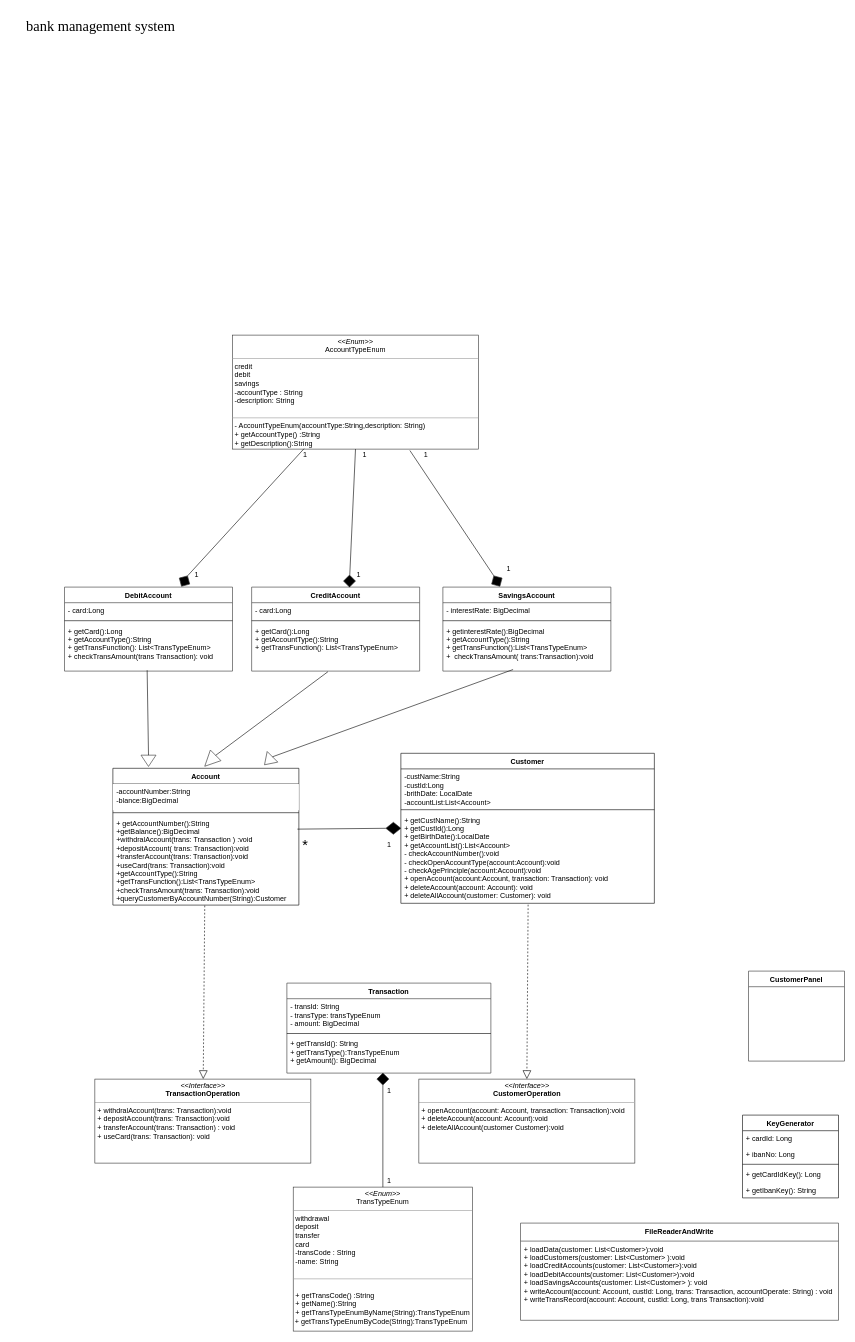
lupstar/xpan keeps this draw.io diagram as 草图2.drawio. Above is the earlier version. Source tidied: cells renumbered, new cells numbered last; positions are measured from the earlier drawing's top-left corner, leaving out a move shared by most shapes. Both pictures are drawn from the tidied source at 60%, with x=0, y=0 at pixel (22, 11).
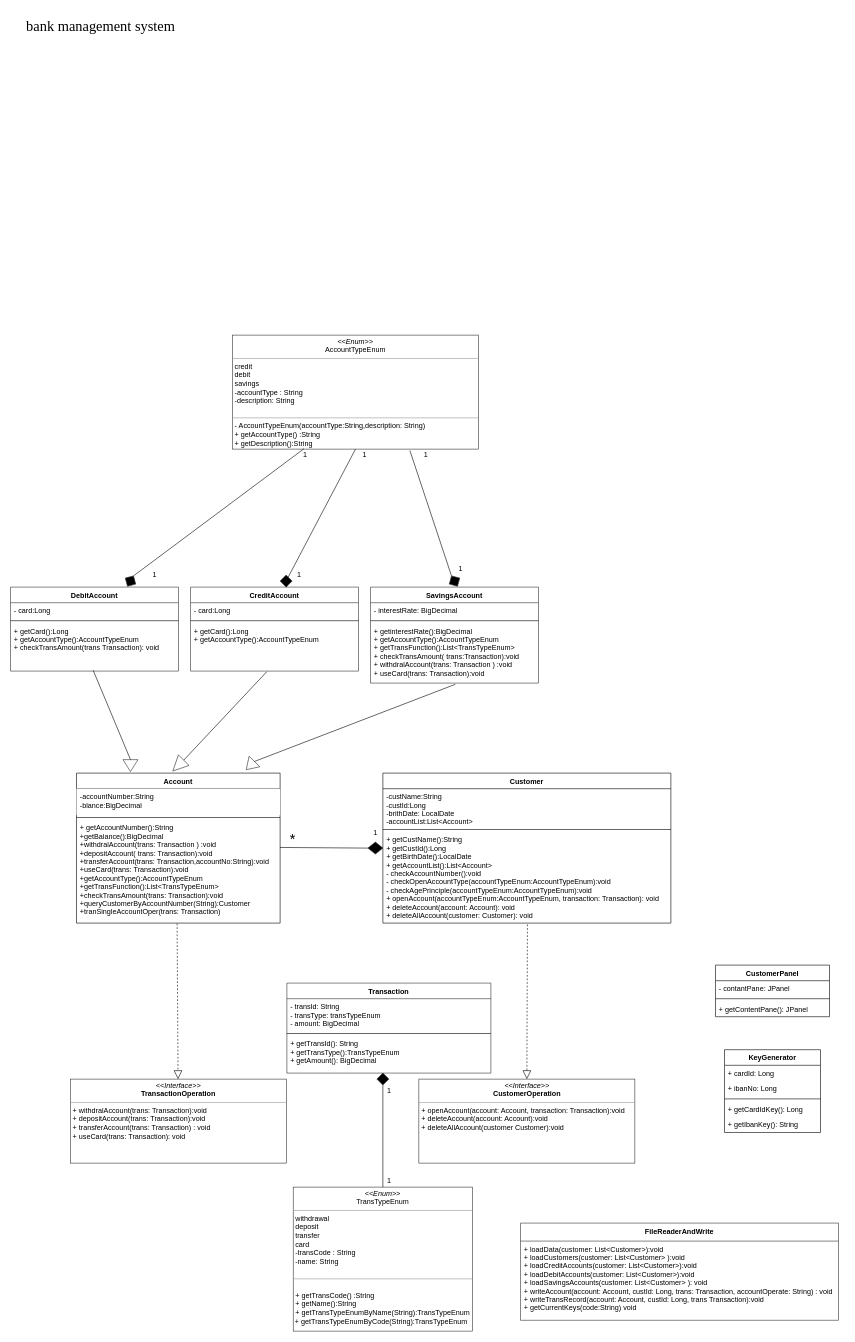
The same page after the edit.

Unchanged cells that the change refers to:
```xml
<mxCell id="60" value="FileReaderAndWrite" style="swimlane;fontStyle=1;align=center;verticalAlign=top;horizontal=1;startSize=30;strokeColor=#333333;fillColor=#FFFFFF;" parent="1" vertex="1">
  <mxGeometry x="830" y="2020" width="530" height="162" as="geometry" />
</mxCell>
```

Diff of the diagram source:
```diff
@@
     <mxCell id="3" value="Account" style="swimlane;fontStyle=1;align=center;verticalAlign=top;horizontal=1;startSize=26;" parent="1" vertex="1">
-      <mxGeometry x="150.6" y="1262" width="310" height="228" as="geometry" />
+      <mxGeometry x="90" y="1270" width="339.4" height="250" as="geometry" />
     </mxCell>
     <mxCell id="4" value="-accountNumber:String&#10;-blance:BigDecimal" style="text;strokeColor=none;fillColor=#FFFFFF;align=left;verticalAlign=top;spacingLeft=4;spacingRight=4;overflow=hidden;" parent="3" vertex="1">
-      <mxGeometry y="26" width="310" height="44" as="geometry" />
+      <mxGeometry y="26" width="339.4" height="44" as="geometry" />
     </mxCell>
     <mxCell id="5" style="line;strokeWidth=1;fillColor=none;align=left;verticalAlign=middle;spacingTop=-1;spacingLeft=3;spacingRight=3;labelPosition=right;" parent="3" vertex="1">
-      <mxGeometry y="70" width="310" height="8" as="geometry" />
+      <mxGeometry y="70" width="339.4" height="8" as="geometry" />
     </mxCell>
-    <mxCell id="6" value="+ getAccountNumber():String&#10;+getBalance():BigDecimal&#10;+withdralAccount(trans: Transaction ) :void&#10;+depositAccount( trans: Transaction):void&#10;+transferAccount(trans: Transaction):void&#10;+useCard(trans: Transaction):void&#10;+getAccountType():String&#10;+getTransFunction():List&lt;TransTypeEnum&gt;&#10;+checkTransAmount(trans: Transaction):void&#10;+queryCustomerByAccountNumber(String):Customer" style="text;strokeColor=none;fillColor=none;align=left;verticalAlign=top;spacingLeft=4;spacingRight=4;overflow=hidden;points=[[0,0.5],[1,0.5]];portConstraint=eastwest;" parent="3" vertex="1">
-      <mxGeometry y="78" width="310" height="150" as="geometry" />
+    <mxCell id="6" value="+ getAccountNumber():String&#10;+getBalance():BigDecimal&#10;+withdralAccount(trans: Transaction ) :void&#10;+depositAccount( trans: Transaction):void&#10;+transferAccount(trans: Transaction,accountNo:String):void&#10;+useCard(trans: Transaction):void&#10;+getAccountType():AccountTypeEnum&#10;+getTransFunction():List&lt;TransTypeEnum&gt;&#10;+checkTransAmount(trans: Transaction):void&#10;+queryCustomerByAccountNumber(String):Customer&#10;+tranSingleAccountOper(trans: Transaction)" style="text;strokeColor=none;fillColor=none;align=left;verticalAlign=top;spacingLeft=4;spacingRight=4;overflow=hidden;points=[[0,0.5],[1,0.5]];portConstraint=eastwest;" parent="3" vertex="1">
+      <mxGeometry y="78" width="339.4" height="172" as="geometry" />
     </mxCell>
     <mxCell id="7" value="Customer" style="swimlane;fontStyle=1;align=center;verticalAlign=top;horizontal=1;startSize=26;" parent="1" vertex="1">
-      <mxGeometry x="630.6" y="1237" width="422.5" height="250" as="geometry" />
+      <mxGeometry x="600.6" y="1270" width="480" height="250" as="geometry" />
     </mxCell>
     <mxCell id="8" value="-custName:String&#10;-custId:Long&#10;-brithDate: LocalDate&#10;-accountList:List&lt;Account&gt;" style="text;strokeColor=none;fillColor=none;align=left;verticalAlign=top;spacingLeft=4;spacingRight=4;overflow=hidden;" parent="7" vertex="1">
-      <mxGeometry y="26" width="422.5" height="64" as="geometry" />
+      <mxGeometry y="26" width="480" height="64" as="geometry" />
     </mxCell>
     <mxCell id="9" style="line;strokeWidth=1;fillColor=none;align=left;verticalAlign=middle;spacingTop=-1;spacingLeft=3;spacingRight=3;labelPosition=right;" parent="7" vertex="1">
-      <mxGeometry y="90" width="422.5" height="8" as="geometry" />
+      <mxGeometry y="90" width="480" height="8" as="geometry" />
     </mxCell>
-    <mxCell id="10" value="+ getCustName():String&#10;+ getCustId():Long&#10;+ getBirthDate():LocalDate&#10;+ getAccountList():List&lt;Account&gt;&#10;- checkAccountNumber():void&#10;- checkOpenAccountType(account:Account):void&#10;- checkAgePrinciple(account:Account):void&#10;+ openAccount(account:Account, transaction: Transaction): void&#10;+ deleteAccount(account: Account): void&#10;+ deleteAllAccount(customer: Customer): void" style="text;strokeColor=none;fillColor=none;align=left;verticalAlign=top;spacingLeft=4;spacingRight=4;overflow=hidden;points=[[0,0.5],[1,0.5]];portConstraint=eastwest;" parent="7" vertex="1">
-      <mxGeometry y="98" width="422.5" height="152" as="geometry" />
+    <mxCell id="10" value="+ getCustName():String&#10;+ getCustId():Long&#10;+ getBirthDate():LocalDate&#10;+ getAccountList():List&lt;Account&gt;&#10;- checkAccountNumber():void&#10;- checkOpenAccountType(accountTypeEnum:AccountTypeEnum):void&#10;- checkAgePrinciple(accountTypeEnum:AccountTypeEnum):void&#10;+ openAccount(accountTypeEnum:AccountTypeEnum, transaction: Transaction): void&#10;+ deleteAccount(account: Account): void&#10;+ deleteAllAccount(customer: Customer): void" style="text;strokeColor=none;fillColor=none;align=left;verticalAlign=top;spacingLeft=4;spacingRight=4;overflow=hidden;points=[[0,0.5],[1,0.5]];portConstraint=eastwest;" parent="7" vertex="1">
+      <mxGeometry y="98" width="480" height="152" as="geometry" />
     </mxCell>
     <mxCell id="11" value="&lt;p style=&quot;margin: 0px ; margin-top: 4px ; text-align: center&quot;&gt;&lt;i&gt;&amp;lt;&amp;lt;Interface&amp;gt;&amp;gt;&lt;/i&gt;&lt;br&gt;&lt;b&gt;TransactionOperation&lt;/b&gt;&lt;/p&gt;&lt;hr size=&quot;1&quot;&gt;&lt;p style=&quot;margin: 0px ; margin-left: 4px&quot;&gt;&lt;/p&gt;&lt;p style=&quot;margin: 0px ; margin-left: 4px&quot;&gt;+ withdralAccount(trans: Transaction):void&lt;br&gt;+ depositAccount(trans: Transaction):void&lt;/p&gt;&lt;p style=&quot;margin: 0px ; margin-left: 4px&quot;&gt;+ transferAccount(trans: Transaction) : void&lt;/p&gt;&lt;p style=&quot;margin: 0px ; margin-left: 4px&quot;&gt;+ useCard(trans: Transaction): void&lt;/p&gt;" style="verticalAlign=top;align=left;overflow=fill;fontSize=12;fontFamily=Helvetica;html=1;strokeColor=#333333;fillColor=#FFFFFF;" parent="1" vertex="1">
-      <mxGeometry x="120.6" y="1780" width="360" height="140" as="geometry" />
+      <mxGeometry x="79.7" y="1780" width="360" height="140" as="geometry" />
     </mxCell>
@@
     <mxCell id="15" value="DebitAccount" style="swimlane;fontStyle=1;align=center;verticalAlign=top;horizontal=1;startSize=26;strokeColor=#333333;fillColor=#FFFFFF;" parent="1" vertex="1">
-      <mxGeometry x="70" y="960" width="280" height="140" as="geometry" />
+      <mxGeometry x="-20" y="960" width="280" height="140" as="geometry" />
     </mxCell>
@@
-    <mxCell id="18" value="+ getCard():Long&#10;+ getAccountType():String&#10;+ getTransFunction(): List&lt;TransTypeEnum&gt;&#10;+ checkTransAmount(trans Transaction): void" style="text;strokeColor=none;fillColor=none;align=left;verticalAlign=top;spacingLeft=4;spacingRight=4;overflow=hidden;points=[[0,0.5],[1,0.5]];portConstraint=eastwest;" parent="15" vertex="1">
+    <mxCell id="18" value="+ getCard():Long&#10;+ getAccountType():AccountTypeEnum&#10;+ checkTransAmount(trans Transaction): void" style="text;strokeColor=none;fillColor=none;align=left;verticalAlign=top;spacingLeft=4;spacingRight=4;overflow=hidden;points=[[0,0.5],[1,0.5]];portConstraint=eastwest;" parent="15" vertex="1">
       <mxGeometry y="60" width="280" height="80" as="geometry" />
     </mxCell>
     <mxCell id="19" style="triangle;whiteSpace=wrap;html=1;strokeColor=#333333;fillColor=#FFFFFF;rotation=90;" parent="1" vertex="1">
-      <mxGeometry x="200.6" y="1237" width="18.8" height="25" as="geometry" />
+      <mxGeometry x="170" y="1245" width="19.9" height="25" as="geometry" />
     </mxCell>
@@
     <mxCell id="21" value="CreditAccount" style="swimlane;fontStyle=1;align=center;verticalAlign=top;horizontal=1;startSize=26;strokeColor=#333333;fillColor=#FFFFFF;" parent="1" vertex="1">
-      <mxGeometry x="381.9" y="960" width="280" height="140" as="geometry" />
+      <mxGeometry x="280" y="960" width="280" height="140" as="geometry" />
     </mxCell>
@@
-    <mxCell id="24" value="+ getCard():Long&#10;+ getAccountType():String&#10;+ getTransFunction(): List&lt;TransTypeEnum&gt;&#10;" style="text;strokeColor=none;fillColor=none;align=left;verticalAlign=top;spacingLeft=4;spacingRight=4;overflow=hidden;points=[[0,0.5],[1,0.5]];portConstraint=eastwest;" parent="21" vertex="1">
+    <mxCell id="24" value="+ getCard():Long&#10;+ getAccountType():AccountTypeEnum&#10;&#10;" style="text;strokeColor=none;fillColor=none;align=left;verticalAlign=top;spacingLeft=4;spacingRight=4;overflow=hidden;points=[[0,0.5],[1,0.5]];portConstraint=eastwest;" parent="21" vertex="1">
       <mxGeometry y="60" width="280" height="80" as="geometry" />
     </mxCell>
     <mxCell id="25" value="SavingsAccount" style="swimlane;fontStyle=1;align=center;verticalAlign=top;horizontal=1;startSize=26;strokeColor=#333333;fillColor=#FFFFFF;" parent="1" vertex="1">
-      <mxGeometry x="700.6" y="960" width="280" height="140" as="geometry" />
+      <mxGeometry x="580" y="960" width="280" height="160" as="geometry" />
     </mxCell>
@@
-    <mxCell id="28" value="+ getinterestRate():BigDecimal&#10;+ getAccountType():String&#10;+ getTransFunction():List&lt;TransTypeEnum&gt;&#10;+  checkTransAmount( trans:Transaction):void" style="text;strokeColor=none;fillColor=none;align=left;verticalAlign=top;spacingLeft=4;spacingRight=4;overflow=hidden;points=[[0,0.5],[1,0.5]];portConstraint=eastwest;" parent="25" vertex="1">
-      <mxGeometry y="60" width="280" height="80" as="geometry" />
+    <mxCell id="28" value="+ getinterestRate():BigDecimal&#10;+ getAccountType():AccountTypeEnum&#10;+ getTransFunction():List&lt;TransTypeEnum&gt;&#10;+ checkTransAmount( trans:Transaction):void&#10;+ withdralAccount(trans: Transaction ) :void&#10;+ useCard(trans: Transaction):void" style="text;strokeColor=none;fillColor=none;align=left;verticalAlign=top;spacingLeft=4;spacingRight=4;overflow=hidden;points=[[0,0.5],[1,0.5]];portConstraint=eastwest;" parent="25" vertex="1">
+      <mxGeometry y="60" width="280" height="100" as="geometry" />
     </mxCell>
     <mxCell id="29" style="triangle;whiteSpace=wrap;html=1;strokeColor=#333333;fillColor=#FFFFFF;rotation=135;" parent="1" vertex="1">
-      <mxGeometry x="300" y="1237" width="25.7" height="25" as="geometry" />
+      <mxGeometry x="246.8" y="1245" width="25.7" height="25" as="geometry" />
     </mxCell>
@@
     <mxCell id="31" style="triangle;whiteSpace=wrap;html=1;strokeColor=#333333;fillColor=#FFFFFF;rotation=135;" parent="1" vertex="1">
-      <mxGeometry x="400.6" y="1237" width="18.8" height="25" as="geometry" />
+      <mxGeometry x="370" y="1245" width="19.4" height="25" as="geometry" />
     </mxCell>
-    <mxCell id="32" style="endArrow=none;html=1;exitX=0;exitY=0.5;exitDx=0;exitDy=0;entryX=0.418;entryY=0.967;entryDx=0;entryDy=0;entryPerimeter=0;" parent="1" edge="1" source="31" target="28">
+    <mxCell id="32" style="endArrow=none;html=1;exitX=0;exitY=0.5;exitDx=0;exitDy=0;entryX=0.505;entryY=1.02;entryDx=0;entryDy=0;entryPerimeter=0;" parent="1" edge="1" source="31" target="28">
       <mxGeometry relative="1" as="geometry" />
     </mxCell>
@@
-    <mxCell id="37" style="endArrow=none;html=1;exitX=0.992;exitY=0.156;exitDx=0;exitDy=0;exitPerimeter=0;entryX=0;entryY=0.5;entryDx=0;entryDy=0;" parent="1" edge="1" source="6" target="38">
+    <mxCell id="37" style="endArrow=none;html=1;entryX=0;entryY=0.5;entryDx=0;entryDy=0;exitX=0.999;exitY=0.267;exitDx=0;exitDy=0;exitPerimeter=0;" parent="1" edge="1" source="6" target="38">
       <mxGeometry relative="1" as="geometry" />
     </mxCell>
     <mxCell id="38" style="rhombus;whiteSpace=wrap;html=1;strokeColor=#333333;fillColor=#000000;" parent="1" vertex="1">
-      <mxGeometry x="605.6" y="1352" width="25" height="20" as="geometry" />
+      <mxGeometry x="575.6" y="1385" width="25" height="20" as="geometry" />
     </mxCell>
     <mxCell id="39" value="1" style="text;html=1;align=center;verticalAlign=middle;" parent="1" vertex="1">
-      <mxGeometry x="600.6" y="1380" width="20" height="20" as="geometry" />
+      <mxGeometry x="578.1" y="1360" width="20" height="20" as="geometry" />
     </mxCell>
     <mxCell id="40" value="&lt;font style=&quot;font-size: 24px&quot;&gt;*&lt;/font&gt;" style="text;html=1;align=center;verticalAlign=middle;" parent="1" vertex="1">
-      <mxGeometry x="460.6" y="1380" width="20" height="20" as="geometry" />
+      <mxGeometry x="439.7" y="1370" width="20" height="20" as="geometry" />
     </mxCell>
@@
     <mxCell id="48" style="rhombus;whiteSpace=wrap;html=1;strokeColor=#333333;fillColor=#000000;rotation=30;" parent="1" vertex="1">
-      <mxGeometry x="260" y="940" width="20" height="20" as="geometry" />
+      <mxGeometry x="170" y="940" width="20" height="20" as="geometry" />
     </mxCell>
     <mxCell id="49" value="1" style="text;html=1;align=center;verticalAlign=middle;" parent="1" vertex="1">
-      <mxGeometry x="280" y="930" width="20" height="20" as="geometry" />
+      <mxGeometry x="210" y="930" width="20" height="20" as="geometry" />
     </mxCell>
@@
     <mxCell id="52" style="rhombus;whiteSpace=wrap;html=1;strokeColor=#333333;fillColor=#000000;" parent="1" vertex="1">
-      <mxGeometry x="535" y="940" width="20" height="20" as="geometry" />
+      <mxGeometry x="429.4" y="940" width="20" height="20" as="geometry" />
     </mxCell>
-    <mxCell id="53" style="endArrow=none;html=1;entryX=0.5;entryY=1;entryDx=0;entryDy=0;" parent="1" edge="1" target="52">
-      <mxGeometry relative="1" as="geometry">
-        <mxPoint x="545" y="950" as="sourcePoint" />
-      </mxGeometry>
+    <mxCell id="53" style="endArrow=none;html=1;entryX=0.5;entryY=1;entryDx=0;entryDy=0;exitX=0.75;exitY=0.5;exitDx=0;exitDy=0;exitPerimeter=0;" parent="1" edge="1" source="52" target="52">
+      <mxGeometry relative="1" as="geometry" />
     </mxCell>
@@
     <mxCell id="55" value="1" style="text;html=1;align=center;verticalAlign=middle;" parent="1" vertex="1">
-      <mxGeometry x="550" y="930" width="20" height="20" as="geometry" />
+      <mxGeometry x="451.2" y="930" width="20" height="20" as="geometry" />
     </mxCell>
@@
     <mxCell id="57" style="rhombus;whiteSpace=wrap;html=1;strokeColor=#333333;fillColor=#000000;rotation=-30;" parent="1" vertex="1">
-      <mxGeometry x="780.6" y="940" width="20" height="20" as="geometry" />
+      <mxGeometry x="710" y="940" width="20" height="20" as="geometry" />
     </mxCell>
@@
     <mxCell id="59" value="1" style="text;html=1;align=center;verticalAlign=middle;" parent="1" vertex="1">
-      <mxGeometry x="800" y="920" width="20" height="20" as="geometry" />
+      <mxGeometry x="720" y="920" width="20" height="20" as="geometry" />
     </mxCell>
@@
-    <mxCell id="61" value="+ loadData(customer: List&lt;Customer&gt;):void&#10;+ loadCustomers(customer: List&lt;Customer&gt; ):void&#10;+ loadCreditAccounts(customer: List&lt;Customer&gt;):void&#10;+ loadDebitAccounts(customer: List&lt;Customer&gt;):void&#10;+ loadSavingsAccounts(customer: List&lt;Customer&gt; ): void&#10;+ writeAccount(account: Account, custId: Long, trans: Transaction, accountOperate: String) : void&#10;+ writeTransRecord(account: Account, custId: Long, trans Transaction):void" style="text;strokeColor=none;fillColor=none;align=left;verticalAlign=top;spacingLeft=4;spacingRight=4;overflow=hidden;" parent="60" vertex="1">
+    <mxCell id="61" value="+ loadData(customer: List&lt;Customer&gt;):void&#10;+ loadCustomers(customer: List&lt;Customer&gt; ):void&#10;+ loadCreditAccounts(customer: List&lt;Customer&gt;):void&#10;+ loadDebitAccounts(customer: List&lt;Customer&gt;):void&#10;+ loadSavingsAccounts(customer: List&lt;Customer&gt; ): void&#10;+ writeAccount(account: Account, custId: Long, trans: Transaction, accountOperate: String) : void&#10;+ writeTransRecord(account: Account, custId: Long, trans Transaction):void&#10;+ getCurrentKeys(code:String) void" style="text;strokeColor=none;fillColor=none;align=left;verticalAlign=top;spacingLeft=4;spacingRight=4;overflow=hidden;" parent="60" vertex="1">
       <mxGeometry y="30" width="530" height="132" as="geometry" />
     </mxCell>
-    <mxCell id="62" value="CustomerPanel" style="swimlane;fontStyle=1;align=center;verticalAlign=top;horizontal=1;startSize=26;strokeColor=#333333;fillColor=#FFFFFF;" parent="1" vertex="1">
-      <mxGeometry x="1210" y="1600" width="160" height="150" as="geometry" />
-    </mxCell>
     <mxCell id="63" value="KeyGenerator" style="swimlane;fontStyle=1;align=center;verticalAlign=top;horizontal=1;startSize=26;" parent="1" vertex="1">
-      <mxGeometry x="1200" y="1840" width="160" height="138" as="geometry" />
+      <mxGeometry x="1170" y="1731" width="160" height="138" as="geometry" />
     </mxCell>
@@
+    <mxCell id="62" value="CustomerPanel" style="swimlane;fontStyle=1;align=center;verticalAlign=top;horizontal=1;startSize=26;" parent="1" vertex="1">
+      <mxGeometry x="1155" y="1590" width="190" height="86" as="geometry" />
+    </mxCell>
+    <mxCell id="69" value="- contantPane: JPanel" style="text;strokeColor=none;fillColor=none;align=left;verticalAlign=top;spacingLeft=4;spacingRight=4;overflow=hidden;" parent="62" vertex="1">
+      <mxGeometry y="26" width="190" height="26" as="geometry" />
+    </mxCell>
+    <mxCell id="70" style="line;strokeWidth=1;fillColor=none;align=left;verticalAlign=middle;spacingTop=-1;spacingLeft=3;spacingRight=3;labelPosition=right;" parent="62" vertex="1">
+      <mxGeometry y="52" width="190" height="8" as="geometry" />
+    </mxCell>
+    <mxCell id="71" value="+ getContentPane(): JPanel" style="text;strokeColor=none;fillColor=none;align=left;verticalAlign=top;spacingLeft=4;spacingRight=4;overflow=hidden;" parent="62" vertex="1">
+      <mxGeometry y="60" width="190" height="26" as="geometry" />
+    </mxCell>
```
